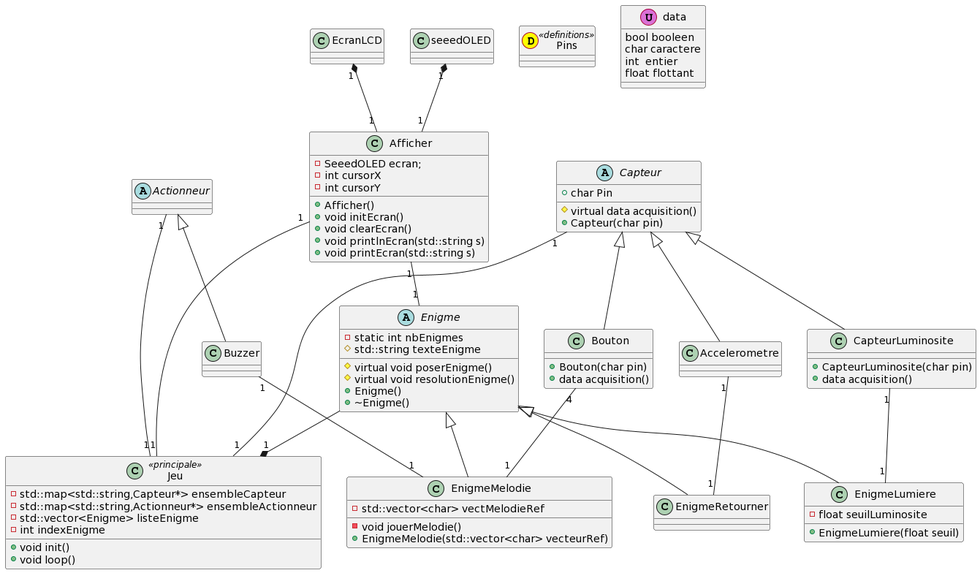
This is dclass.png from G-DeFreitas/BE_CPP, a PlantUML export, as it was before one commit.
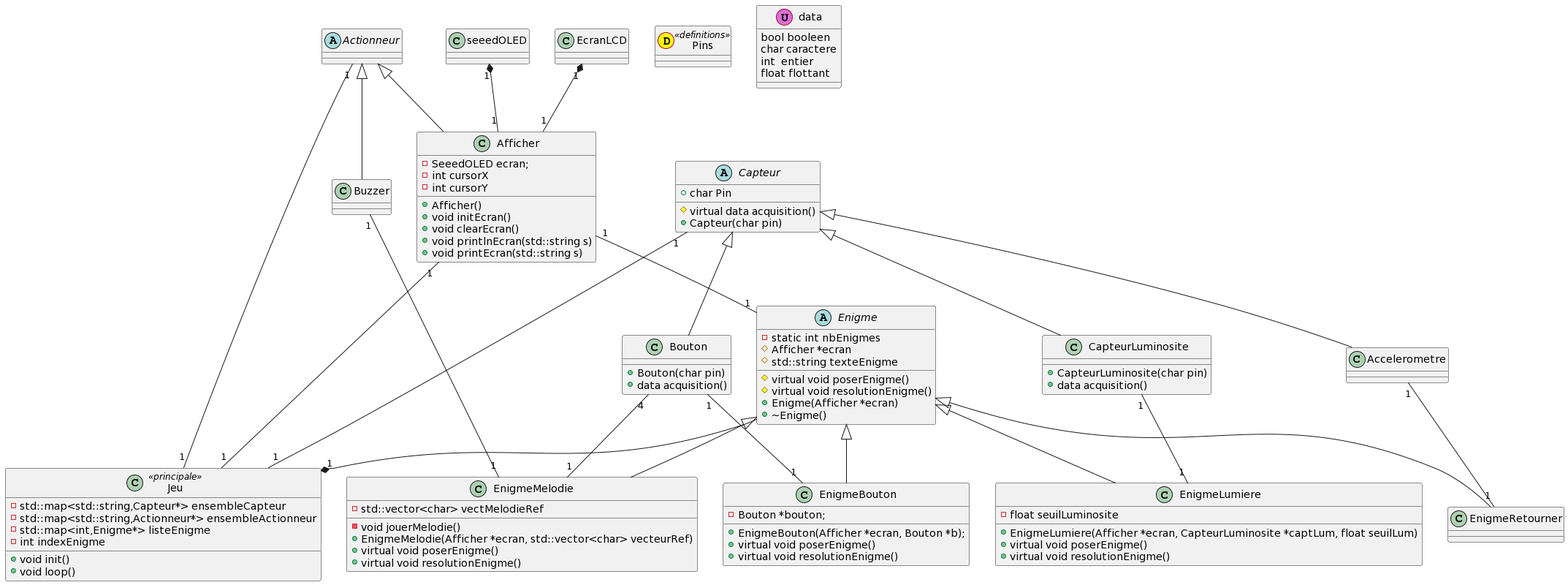
The same diagram one commit later.

The edit, as a diff of the source:
```diff
@@ -2,7 +2,7 @@
 class Jeu  << principale >> {
 - std::map<std::string,Capteur*> ensembleCapteur
 - std::map<std::string,Actionneur*> ensembleActionneur
-- std::vector<Enigme> listeEnigme
+- std::map<int,Enigme*> listeEnigme
 - int indexEnigme
 +void init()
 +void loop()
@@ -12,22 +12,33 @@
 
 abstract class Enigme {
 -static int nbEnigmes
+#Afficher *ecran
 #std::string texteEnigme
 #virtual void poserEnigme()
 #virtual void resolutionEnigme()
-+Enigme()
++Enigme(Afficher *ecran)
 +~Enigme()
 }
 
 class EnigmeMelodie{
 -void jouerMelodie()
 -std::vector<char> vectMelodieRef
-+ EnigmeMelodie(std::vector<char> vecteurRef)
++ EnigmeMelodie(Afficher *ecran, std::vector<char> vecteurRef)
++ virtual void poserEnigme()
++ virtual void resolutionEnigme()
 }
 class EnigmeRetourner
 class EnigmeLumiere{
 - float seuilLuminosite
-+ EnigmeLumiere(float seuil)
++ EnigmeLumiere(Afficher *ecran, CapteurLuminosite *captLum, float seuilLum)
++ virtual void poserEnigme()
++ virtual void resolutionEnigme()
+}
+class EnigmeBouton{
+-Bouton *bouton;
++EnigmeBouton(Afficher *ecran, Bouton *b);
++ virtual void poserEnigme()
++ virtual void resolutionEnigme()
 }
 
 abstract class Capteur {
@@ -80,13 +91,17 @@
 Enigme <|-down- EnigmeMelodie
 Enigme <|-down- EnigmeRetourner
 Enigme <|-down- EnigmeLumiere
+Enigme <|-down- EnigmeBouton
 
 EnigmeRetourner "1" -up- "1"  Accelerometre
 EnigmeMelodie     "1" -up- "4"  Bouton
 EnigmeMelodie     "1" -up- "1"  Buzzer
 EnigmeLumiere   "1" -up- "1"  CapteurLuminosite
+EnigmeBouton     "1" -up- "1"  Bouton
+
 
 Actionneur <|-down- Buzzer
+Actionneur <|-down- Afficher
 
 EcranLCD "1" *-down- "1" Afficher
 seeedOLED "1" *-down- "1" Afficher
```
